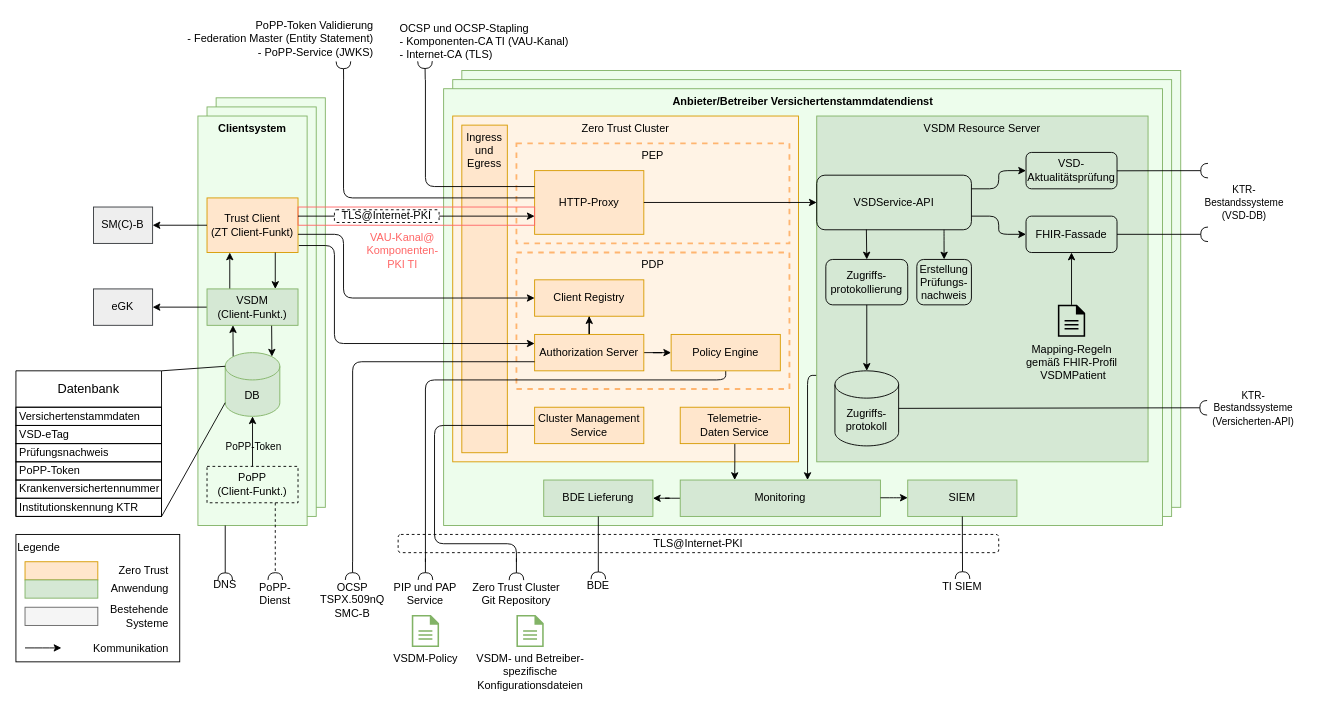
Earlier version of the draw.io diagram src/drawio/Systemüberblick VSDM 2.drawio (gematik/spec-VSDM2). Source tidied: cells renumbered, new cells numbered last; positions are measured from the earlier drawing's top-left corner, leaving out a move shared by most shapes. Both pictures are drawn from the tidied source at 91%, with x=0, y=0 at pixel (15, 15).
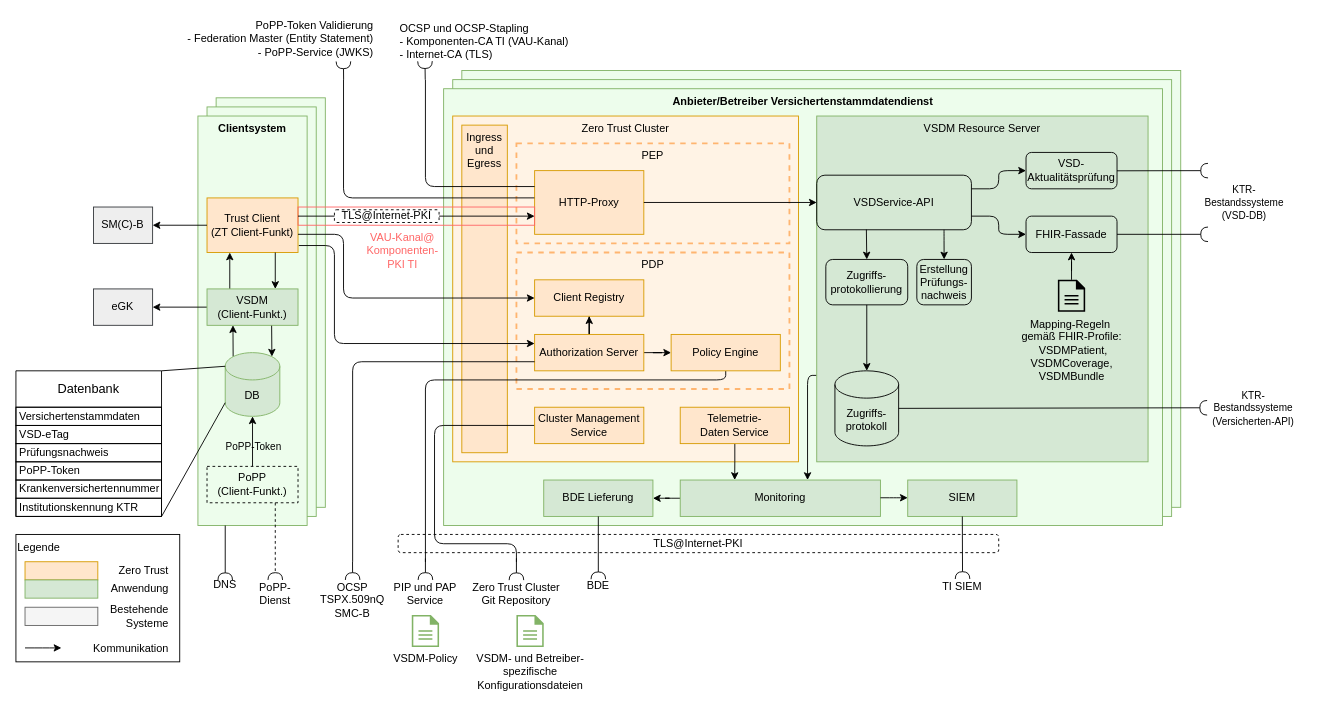
The same diagram, later.

Commit message:
FHIR-Profiles VSDMCoverage and VSDMBundle added

Diff of the diagram source:
```diff
@@
-    <mxCell id="63" value="Mapping-Regeln&lt;br&gt;gemäß FHIR-Profil&lt;br&gt;&amp;nbsp;VSDMPatient" style="sketch=0;shadow=0;dashed=0;html=1;strokeColor=none;fillColor=#000000;labelPosition=center;verticalLabelPosition=bottom;verticalAlign=top;outlineConnect=0;align=center;shape=mxgraph.office.concepts.document;labelBackgroundColor=none;" parent="1" vertex="1">
-      <mxGeometry x="1145" y="317.5" width="30" height="35" as="geometry" />
+    <mxCell id="63" value="Mapping-Regeln&amp;nbsp;&lt;br&gt;gemäß FHIR-Profile:&lt;br&gt;&amp;nbsp;VSDMPatient,&lt;div&gt;VSDMCoverage,&lt;/div&gt;&lt;div&gt;VSDMBundle&lt;/div&gt;" style="sketch=0;shadow=0;dashed=0;html=1;strokeColor=none;fillColor=#000000;labelPosition=center;verticalLabelPosition=bottom;verticalAlign=top;outlineConnect=0;align=center;shape=mxgraph.office.concepts.document;labelBackgroundColor=none;" parent="1" vertex="1">
+      <mxGeometry x="1145" y="290" width="30" height="35" as="geometry" />
     </mxCell>
```
